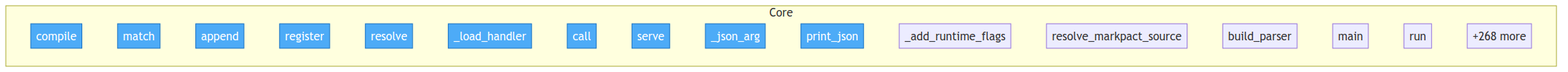
Above: project/flow.png in tellmesh/urisys (Mermaid), before the change. Its source is kept beside it as project/flow.mmd.
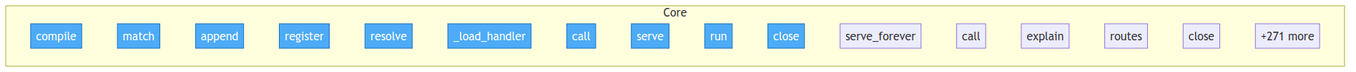
Later version of the same file.

The edit, as a diff of the source:
```diff
@@ -11,14 +11,14 @@
         packages__python__urisysedge__runtime__Runtime___load_handler["_load_handler"]
         packages__python__urisysedge__runtime__Runtime__call["call"]
         packages__python__urisysedge__runtime__serve["serve"]
-        src__urisys__cli___json_arg["_json_arg"]
-        src__urisys__cli__print_json["print_json"]
-        src__urisys__cli___add_runtime_flags["_add_runtime_flags"]
-        src__urisys__cli__resolve_markpact_source["resolve_markpact_source"]
-        src__urisys__cli__build_parser["build_parser"]
-        src__urisys__cli__main["main"]
         src__urisys__controllers__flow_controller__FlowController__run["run"]
-        ...["+268 more"]
+        src__urisys__controllers__flow_controller__FlowController__close["close"]
+        src__urisys__controllers__server_controller__ServerController__serve_forever["serve_forever"]
+        src__urisys__controllers__uri_controller__UriController__call["call"]
+        src__urisys__controllers__uri_controller__UriController__explain["explain"]
+        src__urisys__controllers__uri_controller__UriController__routes["routes"]
+        src__urisys__controllers__uri_controller__UriController__close["close"]
+        ...["+271 more"]
     end
 
-    class packages__python__urisysedge__runtime__Route__compile,packages__python__urisysedge__runtime__Route__match,packages__python__urisysedge__runtime__JsonlEventStore__append,packages__python__urisysedge__runtime__Runtime__register,packages__python__urisysedge__runtime__Runtime__resolve,packages__python__urisysedge__runtime__Runtime___load_handler,packages__python__urisysedge__runtime__Runtime__call,packages__python__urisysedge__runtime__serve,src__urisys__cli___json_arg,src__urisys__cli__print_json entry
+    class packages__python__urisysedge__runtime__Route__compile,packages__python__urisysedge__runtime__Route__match,packages__python__urisysedge__runtime__JsonlEventStore__append,packages__python__urisysedge__runtime__Runtime__register,packages__python__urisysedge__runtime__Runtime__resolve,packages__python__urisysedge__runtime__Runtime___load_handler,packages__python__urisysedge__runtime__Runtime__call,packages__python__urisysedge__runtime__serve,src__urisys__controllers__flow_controller__FlowController__run,src__urisys__controllers__flow_controller__FlowController__close entry
```
